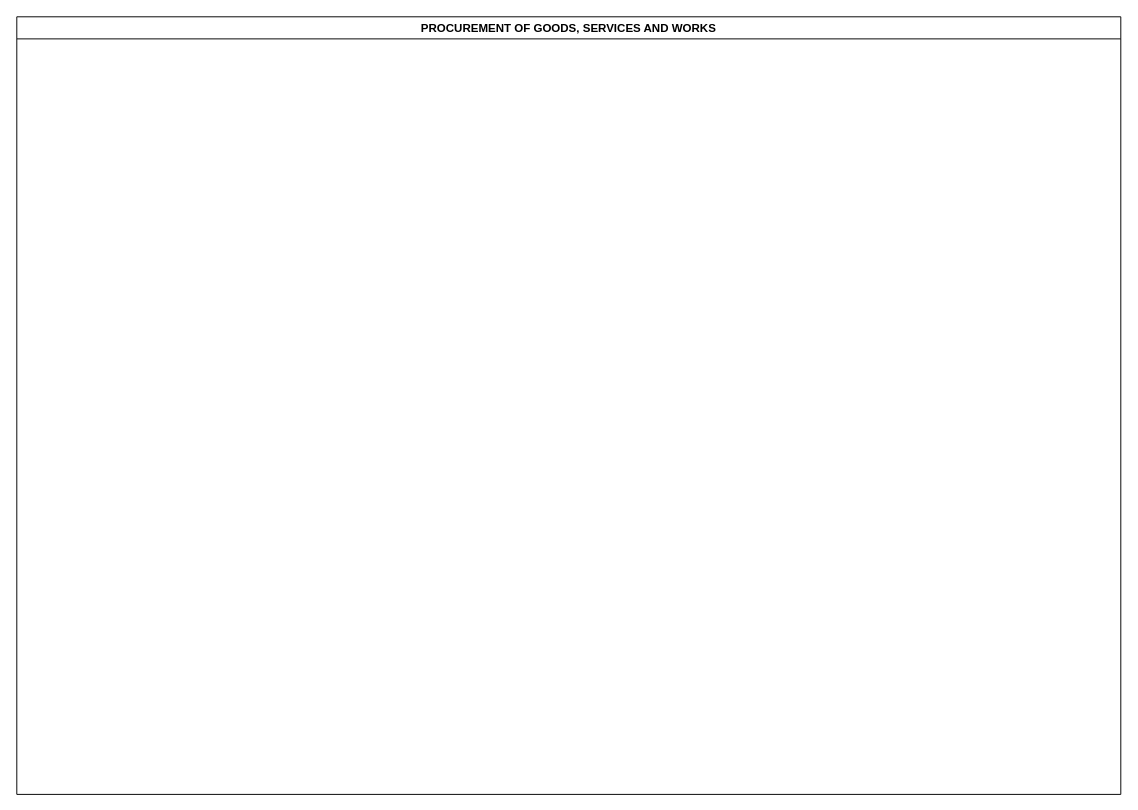
Before: LC-PROC-PROCUREMENT OF GOODS SERVICES AND WORKS.drawio in kmagua/flowcharts, a draw.io diagram. Source tidied: cells renumbered, new cells numbered last; positions are measured from the earlier drawing's top-left corner, leaving out a move shared by most shapes. Both pictures are drawn from the tidied source at 96%, with x=0, y=0 at pixel (16, 16).
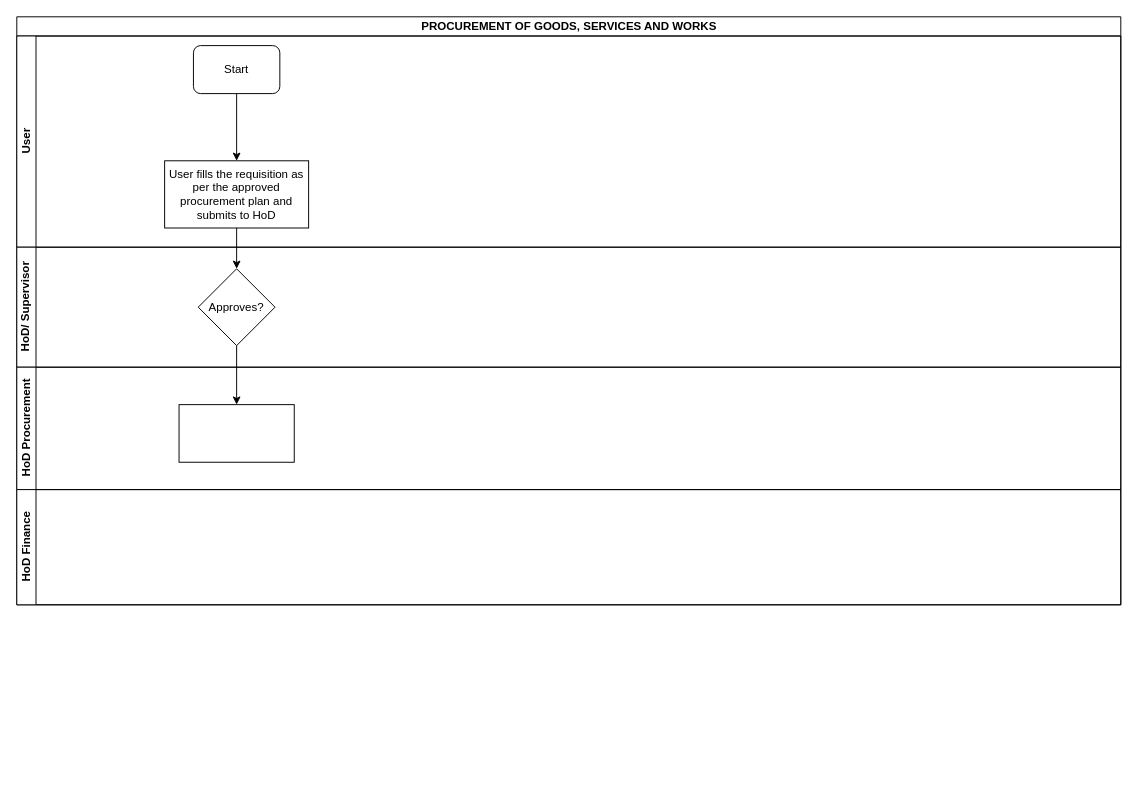
The same page after the edit.

What changed in the source:
```diff
@@
 <mxGraphModel>
   <root>
     <mxCell id="0" />
     <mxCell id="1" parent="0" />
-    <mxCell id="2" value="PROCUREMENT OF GOODS, SERVICES AND WORKS" style="swimlane;" parent="1" vertex="1">
-      <mxGeometry width="1150" height="810" as="geometry" />
+    <mxCell id="2" value="PROCUREMENT OF GOODS, SERVICES AND WORKS" style="swimlane;html=1;horizontal=1;startSize=20;" parent="1" vertex="1">
+      <mxGeometry width="1150" height="612.5" as="geometry" />
     </mxCell>
+    <mxCell id="3" value="User" style="swimlane;html=1;startSize=20;horizontal=0;" parent="2" vertex="1">
+      <mxGeometry y="20" width="1150" height="220" as="geometry" />
+    </mxCell>
+    <mxCell id="4" value="Start" style="rounded=1;whiteSpace=wrap;html=1;" parent="3" vertex="1">
+      <mxGeometry x="184" y="10" width="90" height="50" as="geometry" />
+    </mxCell>
+    <mxCell id="5" value="User fills the requisition as per the approved procurement plan and submits to HoD" style="rounded=0;whiteSpace=wrap;html=1;" parent="3" vertex="1">
+      <mxGeometry x="154" y="130" width="150" height="70" as="geometry" />
+    </mxCell>
+    <mxCell id="6" style="edgeStyle=orthogonalEdgeStyle;rounded=0;jettySize=auto;html=1;entryX=0.5;entryY=0;entryDx=0;entryDy=0;" parent="3" edge="1" source="4" target="5">
+      <mxGeometry relative="1" as="geometry" />
+    </mxCell>
+    <mxCell id="7" value="HoD/ Supervisor" style="swimlane;html=1;startSize=20;horizontal=0;" parent="2" vertex="1">
+      <mxGeometry y="240" width="1150" height="125" as="geometry" />
+    </mxCell>
+    <mxCell id="8" value="Approves?" style="rhombus;whiteSpace=wrap;html=1;" parent="7" vertex="1">
+      <mxGeometry x="189" y="22.5" width="80" height="80" as="geometry" />
+    </mxCell>
+    <mxCell id="9" value="HoD Procurement" style="swimlane;html=1;startSize=20;horizontal=0;" parent="2" vertex="1">
+      <mxGeometry y="365" width="1150" height="127.5" as="geometry" />
+    </mxCell>
+    <mxCell id="10" style="whiteSpace=wrap;html=1;" parent="9" vertex="1">
+      <mxGeometry x="169" y="39" width="120" height="60" as="geometry" />
+    </mxCell>
+    <mxCell id="11" value="HoD Finance" style="swimlane;html=1;startSize=20;horizontal=0;" parent="2" vertex="1">
+      <mxGeometry y="492.5" width="1150" height="120" as="geometry" />
+    </mxCell>
+    <mxCell id="12" style="edgeStyle=orthogonalEdgeStyle;rounded=0;jettySize=auto;html=1;" parent="2" edge="1" source="5" target="8">
+      <mxGeometry relative="1" as="geometry" />
+    </mxCell>
+    <mxCell id="13" style="edgeStyle=orthogonalEdgeStyle;rounded=0;jettySize=auto;html=1;" parent="2" edge="1" source="8" target="10">
+      <mxGeometry relative="1" as="geometry" />
+    </mxCell>
   </root>
 </mxGraphModel>
```
